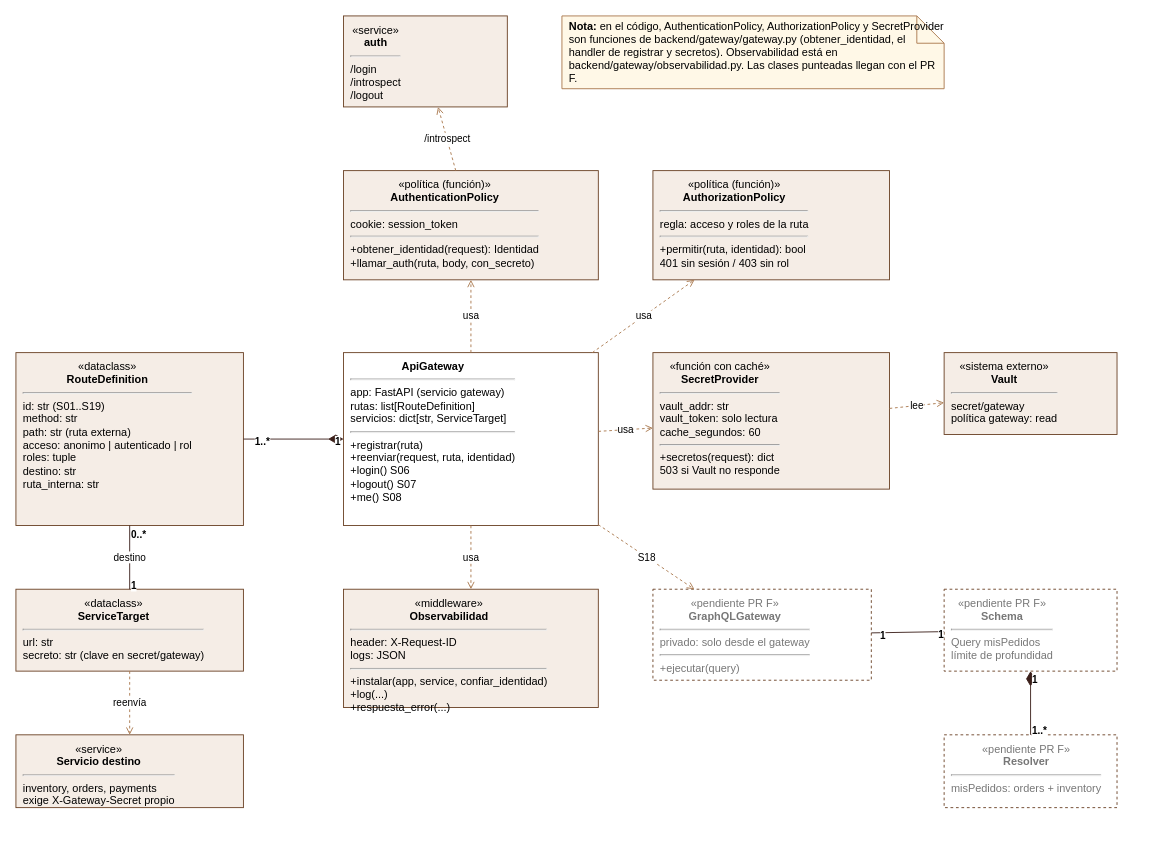
florenciapachecopardo-star/desarollo-web-unab keeps this draw.io diagram as docs/uml-gateway.drawio. Above is the earlier version. Source tidied: cells renumbered, new cells numbered last; positions are measured from the earlier drawing's top-left corner, leaving out a move shared by most shapes. Both pictures are drawn from the tidied source at 91%, with x=0, y=0 at pixel (15, 15).
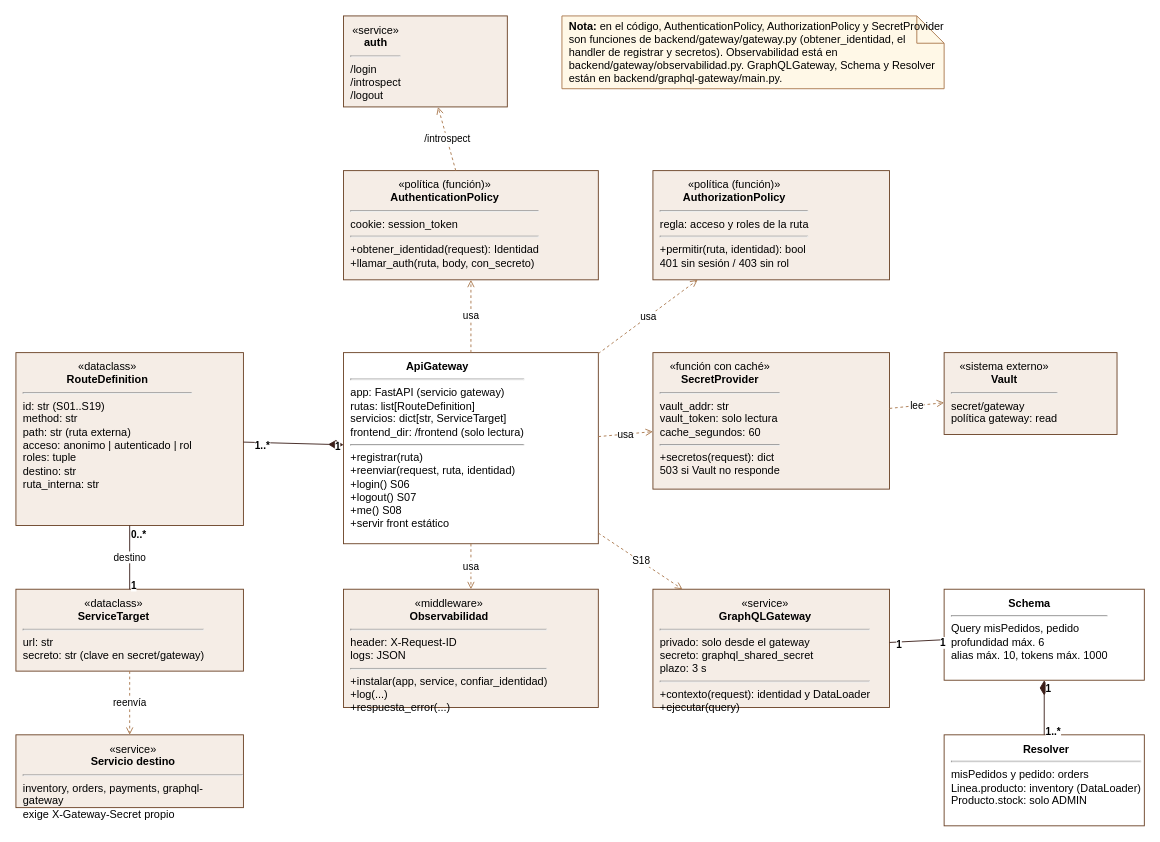
Above is the later version.

Commit message (it also covers changes not shown here):
Actualiza M5 con GraphQL Gateway, front estático y fronteras de confianza

What changed in the source:
```diff
@@
-    <mxCell id="2" value="&lt;div style=&quot;text-align:center&quot;&gt;&lt;b&gt;ApiGateway&lt;/b&gt;&lt;/div&gt;&lt;hr&gt;app: FastAPI (servicio gateway)&lt;br&gt;rutas: list[RouteDefinition]&lt;br&gt;servicios: dict[str, ServiceTarget]&lt;hr&gt;+registrar(ruta)&lt;br&gt;+reenviar(request, ruta, identidad)&lt;br&gt;+login() S06&lt;br&gt;+logout() S07&lt;br&gt;+me() S08" style="rounded=0;whiteSpace=wrap;html=1;align=left;verticalAlign=top;spacingLeft=6;spacingTop=2;fillColor=#FFFFFF;strokeColor=#6B4226;" parent="1" vertex="1">
-      <mxGeometry x="360" y="370" width="280" height="190" as="geometry" />
+    <mxCell id="2" value="&lt;div style=&quot;text-align:center&quot;&gt;&lt;b&gt;ApiGateway&lt;/b&gt;&lt;/div&gt;&lt;hr&gt;app: FastAPI (servicio gateway)&lt;br&gt;rutas: list[RouteDefinition]&lt;br&gt;servicios: dict[str, ServiceTarget]&lt;br&gt;frontend_dir: /frontend (solo lectura)&lt;hr&gt;+registrar(ruta)&lt;br&gt;+reenviar(request, ruta, identidad)&lt;br&gt;+login() S06&lt;br&gt;+logout() S07&lt;br&gt;+me() S08&lt;br&gt;+servir front estático" style="rounded=0;whiteSpace=wrap;html=1;align=left;verticalAlign=top;spacingLeft=6;spacingTop=2;fillColor=#FFFFFF;strokeColor=#6B4226;" parent="1" vertex="1">
+      <mxGeometry x="360" y="370" width="280" height="210" as="geometry" />
     </mxCell>
@@
-    <mxCell id="11" value="&lt;div style=&quot;text-align:center&quot;&gt;&amp;laquo;service&amp;raquo;&lt;br&gt;&lt;b&gt;Servicio destino&lt;/b&gt;&lt;/div&gt;&lt;hr&gt;inventory, orders, payments&lt;br&gt;exige X-Gateway-Secret propio" style="rounded=0;whiteSpace=wrap;html=1;align=left;verticalAlign=top;spacingLeft=6;spacingTop=2;fillColor=#F5EDE6;strokeColor=#6B4226;" parent="1" vertex="1">
+    <mxCell id="11" value="&lt;div style=&quot;text-align:center&quot;&gt;&amp;laquo;service&amp;raquo;&lt;br&gt;&lt;b&gt;Servicio destino&lt;/b&gt;&lt;/div&gt;&lt;hr&gt;inventory, orders, payments, graphql-gateway&lt;br&gt;exige X-Gateway-Secret propio" style="rounded=0;whiteSpace=wrap;html=1;align=left;verticalAlign=top;spacingLeft=6;spacingTop=2;fillColor=#F5EDE6;strokeColor=#6B4226;" parent="1" vertex="1">
       <mxGeometry y="790" width="250" height="80" as="geometry" />
     </mxCell>
-    <mxCell id="12" value="&lt;div style=&quot;text-align:center&quot;&gt;&amp;laquo;pendiente PR F&amp;raquo;&lt;br&gt;&lt;b&gt;GraphQLGateway&lt;/b&gt;&lt;/div&gt;&lt;hr&gt;privado: solo desde el gateway&lt;hr&gt;+ejecutar(query)" style="rounded=0;whiteSpace=wrap;html=1;align=left;verticalAlign=top;spacingLeft=6;spacingTop=2;fillColor=#FFFFFF;strokeColor=#6B4226;dashed=1;fontColor=#777777;" parent="1" vertex="1">
-      <mxGeometry x="700" y="630" width="240" height="100" as="geometry" />
+    <mxCell id="12" value="&lt;div style=&quot;text-align:center&quot;&gt;&amp;laquo;service&amp;raquo;&lt;br&gt;&lt;b&gt;GraphQLGateway&lt;/b&gt;&lt;/div&gt;&lt;hr&gt;privado: solo desde el gateway&lt;br&gt;secreto: graphql_shared_secret&lt;br&gt;plazo: 3 s&lt;hr&gt;+contexto(request): identidad y DataLoader&lt;br&gt;+ejecutar(query)" style="rounded=0;whiteSpace=wrap;html=1;align=left;verticalAlign=top;spacingLeft=6;spacingTop=2;fillColor=#F5EDE6;strokeColor=#6B4226;" parent="1" vertex="1">
+      <mxGeometry x="700" y="630" width="260" height="130" as="geometry" />
     </mxCell>
-    <mxCell id="13" value="&lt;div style=&quot;text-align:center&quot;&gt;&amp;laquo;pendiente PR F&amp;raquo;&lt;br&gt;&lt;b&gt;Schema&lt;/b&gt;&lt;/div&gt;&lt;hr&gt;Query misPedidos&lt;br&gt;límite de profundidad" style="rounded=0;whiteSpace=wrap;html=1;align=left;verticalAlign=top;spacingLeft=6;spacingTop=2;fillColor=#FFFFFF;strokeColor=#6B4226;dashed=1;fontColor=#777777;" parent="1" vertex="1">
-      <mxGeometry x="1020" y="630" width="190" height="90" as="geometry" />
+    <mxCell id="13" value="&lt;div style=&quot;text-align:center&quot;&gt;&lt;b&gt;Schema&lt;/b&gt;&lt;/div&gt;&lt;hr&gt;Query misPedidos, pedido&lt;br&gt;profundidad máx. 6&lt;br&gt;alias máx. 10, tokens máx. 1000" style="rounded=0;whiteSpace=wrap;html=1;align=left;verticalAlign=top;spacingLeft=6;spacingTop=2;fillColor=#FFFFFF;strokeColor=#6B4226;" parent="1" vertex="1">
+      <mxGeometry x="1020" y="630" width="220" height="100" as="geometry" />
     </mxCell>
-    <mxCell id="14" value="&lt;div style=&quot;text-align:center&quot;&gt;&amp;laquo;pendiente PR F&amp;raquo;&lt;br&gt;&lt;b&gt;Resolver&lt;/b&gt;&lt;/div&gt;&lt;hr&gt;misPedidos: orders + inventory" style="rounded=0;whiteSpace=wrap;html=1;align=left;verticalAlign=top;spacingLeft=6;spacingTop=2;fillColor=#FFFFFF;strokeColor=#6B4226;dashed=1;fontColor=#777777;" parent="1" vertex="1">
-      <mxGeometry x="1020" y="790" width="190" height="80" as="geometry" />
+    <mxCell id="14" value="&lt;div style=&quot;text-align:center&quot;&gt;&lt;b&gt;Resolver&lt;/b&gt;&lt;/div&gt;&lt;hr&gt;misPedidos y pedido: orders&lt;br&gt;Linea.producto: inventory (DataLoader)&lt;br&gt;Producto.stock: solo ADMIN" style="rounded=0;whiteSpace=wrap;html=1;align=left;verticalAlign=top;spacingLeft=6;spacingTop=2;fillColor=#FFFFFF;strokeColor=#6B4226;" parent="1" vertex="1">
+      <mxGeometry x="1020" y="790" width="220" height="100" as="geometry" />
     </mxCell>
@@
-    <mxCell id="35" value="&lt;b&gt;Nota:&lt;/b&gt; en el código, AuthenticationPolicy, AuthorizationPolicy y SecretProvider son funciones de backend/gateway/gateway.py (obtener_identidad, el handler de registrar y secretos). Observabilidad está en backend/gateway/observabilidad.py. Las clases punteadas llegan con el PR F." style="shape=note;whiteSpace=wrap;html=1;align=left;spacingLeft=6;fillColor=#FFF8E7;strokeColor=#A9784D;" parent="1" vertex="1">
+    <mxCell id="35" value="&lt;b&gt;Nota:&lt;/b&gt; en el código, AuthenticationPolicy, AuthorizationPolicy y SecretProvider son funciones de backend/gateway/gateway.py (obtener_identidad, el handler de registrar y secretos). Observabilidad está en backend/gateway/observabilidad.py. GraphQLGateway, Schema y Resolver están en backend/graphql-gateway/main.py." style="shape=note;whiteSpace=wrap;html=1;align=left;spacingLeft=6;fillColor=#FFF8E7;strokeColor=#A9784D;" parent="1" vertex="1">
       <mxGeometry x="600" width="420" height="80" as="geometry" />
     </mxCell>
```
